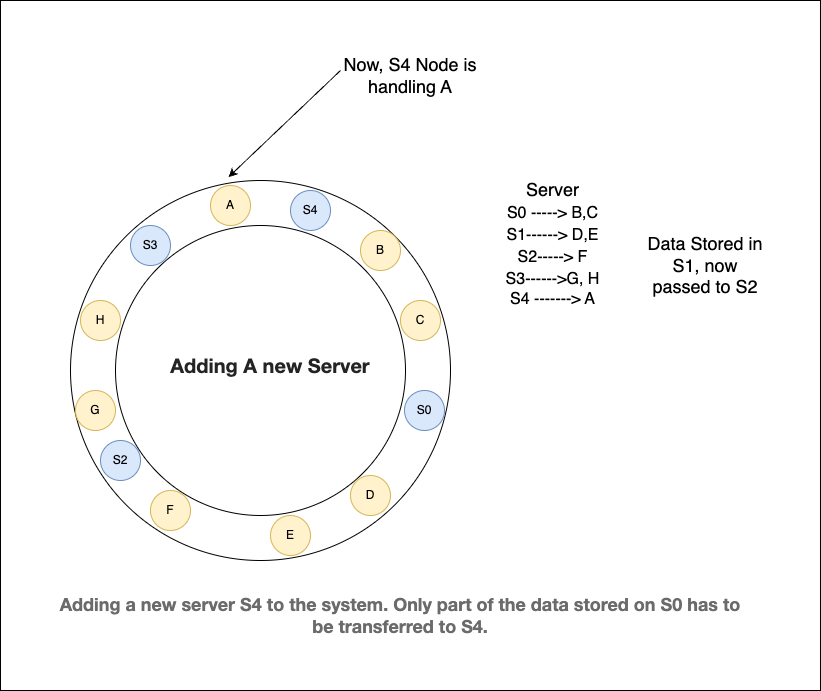
Earlier version of the draw.io export Hashing_Consistent_Hashing/consistent hashing Adding new Server.drawio.png (ZeeshanAli-0704/SystemDesignWithZeeshanAli). Source tidied: cells renumbered, new cells last; positions are measured from the earlier drawing's top-left corner, leaving out a move shared by most shapes. Source of this version:
```xml
<mxGraphModel>
  <root>
    <mxCell id="0" />
    <mxCell id="1" parent="0" />
    <mxCell id="2" style="ellipse;whiteSpace=wrap;html=1;" parent="1" vertex="1">
      <mxGeometry x="70" y="180" width="380" height="380" as="geometry" />
    </mxCell>
    <mxCell id="3" style="ellipse;whiteSpace=wrap;html=1;" parent="1" vertex="1">
      <mxGeometry x="115" y="225" width="290" height="290" as="geometry" />
    </mxCell>
    <mxCell id="4" value="A" style="ellipse;whiteSpace=wrap;html=1;fillColor=#fff2cc;strokeColor=#d6b656;" parent="1" vertex="1">
      <mxGeometry x="210" y="185" width="40" height="40" as="geometry" />
    </mxCell>
    <mxCell id="5" value="S3" style="ellipse;whiteSpace=wrap;html=1;fillColor=#dae8fc;strokeColor=#6c8ebf;" parent="1" vertex="1">
      <mxGeometry x="130" y="225" width="40" height="40" as="geometry" />
    </mxCell>
    <mxCell id="6" value="H" style="ellipse;whiteSpace=wrap;html=1;fillColor=#fff2cc;strokeColor=#d6b656;" parent="1" vertex="1">
      <mxGeometry x="80" y="300" width="40" height="40" as="geometry" />
    </mxCell>
    <mxCell id="7" value="G" style="ellipse;whiteSpace=wrap;html=1;fillColor=#fff2cc;strokeColor=#d6b656;" parent="1" vertex="1">
      <mxGeometry x="75" y="390" width="40" height="40" as="geometry" />
    </mxCell>
    <mxCell id="8" value="S2" style="ellipse;whiteSpace=wrap;html=1;fillColor=#dae8fc;strokeColor=#6c8ebf;" parent="1" vertex="1">
      <mxGeometry x="100" y="440" width="40" height="40" as="geometry" />
    </mxCell>
    <mxCell id="9" value="F" style="ellipse;whiteSpace=wrap;html=1;fillColor=#fff2cc;strokeColor=#d6b656;" parent="1" vertex="1">
      <mxGeometry x="150" y="490" width="40" height="40" as="geometry" />
    </mxCell>
    <mxCell id="10" value="D" style="ellipse;whiteSpace=wrap;html=1;fillColor=#fff2cc;strokeColor=#d6b656;" parent="1" vertex="1">
      <mxGeometry x="350" y="475" width="40" height="40" as="geometry" />
    </mxCell>
    <mxCell id="11" value="S0" style="ellipse;whiteSpace=wrap;html=1;fillColor=#dae8fc;strokeColor=#6c8ebf;" parent="1" vertex="1">
      <mxGeometry x="404" y="390" width="40" height="40" as="geometry" />
    </mxCell>
    <mxCell id="12" value="C" style="ellipse;whiteSpace=wrap;html=1;fillColor=#fff2cc;strokeColor=#d6b656;" parent="1" vertex="1">
      <mxGeometry x="400" y="300" width="40" height="40" as="geometry" />
    </mxCell>
    <mxCell id="13" value="B" style="ellipse;whiteSpace=wrap;html=1;fillColor=#fff2cc;strokeColor=#d6b656;" parent="1" vertex="1">
      <mxGeometry x="360" y="230" width="40" height="40" as="geometry" />
    </mxCell>
    <mxCell id="14" value="E" style="ellipse;whiteSpace=wrap;html=1;fillColor=#fff2cc;strokeColor=#d6b656;" parent="1" vertex="1">
      <mxGeometry x="270" y="515" width="40" height="40" as="geometry" />
    </mxCell>
    <mxCell id="15" value="&lt;table style=&quot;border-collapse: collapse; width: 65pt;&quot; width=&quot;87&quot; cellspacing=&quot;0&quot; cellpadding=&quot;0&quot; border=&quot;0&quot;&gt;&lt;colgroup&gt;&lt;col style=&quot;width: 65pt;&quot; width=&quot;87&quot;&gt;&lt;/colgroup&gt;&lt;tbody&gt;&lt;tr style=&quot;height: 16pt;&quot; height=&quot;21&quot;&gt;&lt;td style=&quot;padding-top: 1px; padding-right: 1px; padding-left: 1px; font-family: &amp;quot;Aptos Narrow&amp;quot;, sans-serif; vertical-align: bottom; border: none; text-wrap: nowrap; height: 16pt; width: 65pt;&quot; width=&quot;87&quot; height=&quot;21&quot;&gt;&lt;font style=&quot;font-size: 18px;&quot;&gt;Server&lt;/font&gt;&lt;/td&gt;&lt;/tr&gt;&lt;tr style=&quot;height: 16pt;&quot; height=&quot;21&quot;&gt;&lt;td style=&quot;padding-top: 1px; padding-right: 1px; padding-left: 1px; font-family: &amp;quot;Aptos Narrow&amp;quot;, sans-serif; vertical-align: bottom; border: none; text-wrap: nowrap; height: 16pt;&quot; height=&quot;21&quot;&gt;&lt;font size=&quot;3&quot;&gt;S0 -----&amp;gt; B,C&lt;/font&gt;&lt;/td&gt;&lt;/tr&gt;&lt;tr style=&quot;height: 16pt;&quot; height=&quot;21&quot;&gt;&lt;td style=&quot;padding-top: 1px; padding-right: 1px; padding-left: 1px; font-family: &amp;quot;Aptos Narrow&amp;quot;, sans-serif; vertical-align: bottom; border: none; text-wrap: nowrap; height: 16pt;&quot; height=&quot;21&quot;&gt;&lt;font size=&quot;3&quot;&gt;S1------&amp;gt; D,E&lt;/font&gt;&lt;/td&gt;&lt;/tr&gt;&lt;tr style=&quot;height: 16pt;&quot; height=&quot;21&quot;&gt;&lt;td style=&quot;padding-top: 1px; padding-right: 1px; padding-left: 1px; font-family: &amp;quot;Aptos Narrow&amp;quot;, sans-serif; vertical-align: bottom; border: none; text-wrap: nowrap; height: 16pt;&quot; height=&quot;21&quot;&gt;&lt;font size=&quot;3&quot;&gt;S2-----&amp;gt; F&lt;/font&gt;&lt;/td&gt;&lt;/tr&gt;&lt;tr style=&quot;height: 16pt;&quot; height=&quot;21&quot;&gt;&lt;td style=&quot;padding-top: 1px; padding-right: 1px; padding-left: 1px; font-family: &amp;quot;Aptos Narrow&amp;quot;, sans-serif; vertical-align: bottom; border: none; text-wrap: nowrap; height: 16pt;&quot; height=&quot;21&quot;&gt;&lt;font size=&quot;3&quot;&gt;S3------&amp;gt;G, H&lt;/font&gt;&lt;/td&gt;&lt;/tr&gt;&lt;/tbody&gt;&lt;/table&gt;&lt;font size=&quot;3&quot; style=&quot;&quot;&gt;S4 -------&amp;gt; A&lt;/font&gt;&lt;div&gt;&lt;br&gt;&lt;/div&gt;" style="text;html=1;align=center;verticalAlign=middle;whiteSpace=wrap;rounded=0;" parent="1" vertex="1">
      <mxGeometry x="490" y="170" width="125" height="160" as="geometry" />
    </mxCell>
    <mxCell id="16" value="&lt;h2 style=&quot;box-sizing: inherit; margin: 1.72em 0px -0.31em; font-family: sohne, &amp;quot;Helvetica Neue&amp;quot;, Helvetica, Arial, sans-serif; color: rgb(36, 36, 36); line-height: 24px; font-size: 20px; text-align: start; background-color: rgb(255, 255, 255);&quot; class=&quot;qv nw gt be nx qw qx dx oa qy qz dz od pa ra rb rc pe rd re rf pi rg rh ri rj bj&quot; id=&quot;6609&quot;&gt;Adding A new Server&lt;/h2&gt;" style="text;html=1;align=center;verticalAlign=middle;whiteSpace=wrap;rounded=0;" parent="1" vertex="1">
      <mxGeometry x="150" y="330" width="240" height="30" as="geometry" />
    </mxCell>
    <mxCell id="17" value="&lt;font style=&quot;font-size: 18px;&quot;&gt;Data Stored in S1, now passed to S2&lt;/font&gt;" style="text;html=1;align=center;verticalAlign=middle;whiteSpace=wrap;rounded=0;" parent="1" vertex="1">
      <mxGeometry x="640" y="250" width="130" height="30" as="geometry" />
    </mxCell>
    <mxCell id="18" value="S4" style="ellipse;whiteSpace=wrap;html=1;fillColor=#dae8fc;strokeColor=#6c8ebf;" parent="1" vertex="1">
      <mxGeometry x="290" y="190" width="40" height="40" as="geometry" />
    </mxCell>
    <mxCell id="19" style="endArrow=classic;html=1;rounded=0;entryX=0.416;entryY=-0.009;entryDx=0;entryDy=0;entryPerimeter=0;" parent="1" edge="1" target="2">
      <mxGeometry relative="1" as="geometry">
        <mxPoint x="340" y="70" as="sourcePoint" />
      </mxGeometry>
    </mxCell>
    <mxCell id="20" value="&lt;font style=&quot;font-size: 18px;&quot;&gt;Now, S4 Node is handling A&lt;/font&gt;" style="text;html=1;align=center;verticalAlign=middle;whiteSpace=wrap;rounded=0;" parent="1" vertex="1">
      <mxGeometry x="320" y="60" width="180" height="30" as="geometry" />
    </mxCell>
    <mxCell id="21" value="&lt;span style=&quot;color: rgb(107, 107, 107); font-family: sohne, &amp;quot;Helvetica Neue&amp;quot;, Helvetica, Arial, sans-serif; background-color: rgb(255, 255, 255);&quot;&gt;&lt;font style=&quot;font-size: 18px;&quot;&gt;&lt;b&gt;Adding a new server S4 to the system. Only part of the data stored on S0 has to be transferred to S4.&lt;/b&gt;&lt;/font&gt;&lt;/span&gt;" style="text;html=1;align=center;verticalAlign=middle;whiteSpace=wrap;rounded=0;" parent="1" vertex="1">
      <mxGeometry x="50" y="600" width="700" height="30" as="geometry" />
    </mxCell>
    <mxCell id="22" style="rounded=0;whiteSpace=wrap;html=1;fillOpacity=0;" parent="1" vertex="1">
      <mxGeometry width="820" height="690" as="geometry" />
    </mxCell>
  </root>
</mxGraphModel>
```
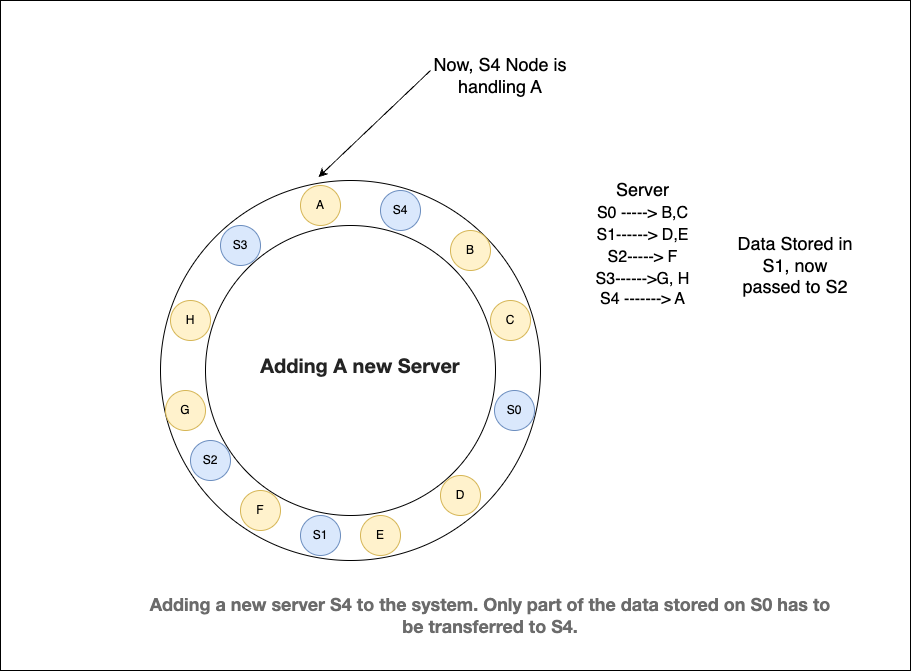
Later version of the same file.

Commit message:
Adding image in consistent Hashing

What changed in the source:
```diff
@@ -65,7 +65,10 @@
       <mxGeometry x="50" y="600" width="700" height="30" as="geometry" />
     </mxCell>
     <mxCell id="22" style="rounded=0;whiteSpace=wrap;html=1;fillOpacity=0;" parent="1" vertex="1">
-      <mxGeometry width="820" height="690" as="geometry" />
+      <mxGeometry x="-90" width="910" height="670" as="geometry" />
     </mxCell>
+    <mxCell id="23" value="S1" style="ellipse;whiteSpace=wrap;html=1;fillColor=#dae8fc;strokeColor=#6c8ebf;" parent="1" vertex="1">
+      <mxGeometry x="210" y="515" width="40" height="40" as="geometry" />
+    </mxCell>
   </root>
 </mxGraphModel>
```
